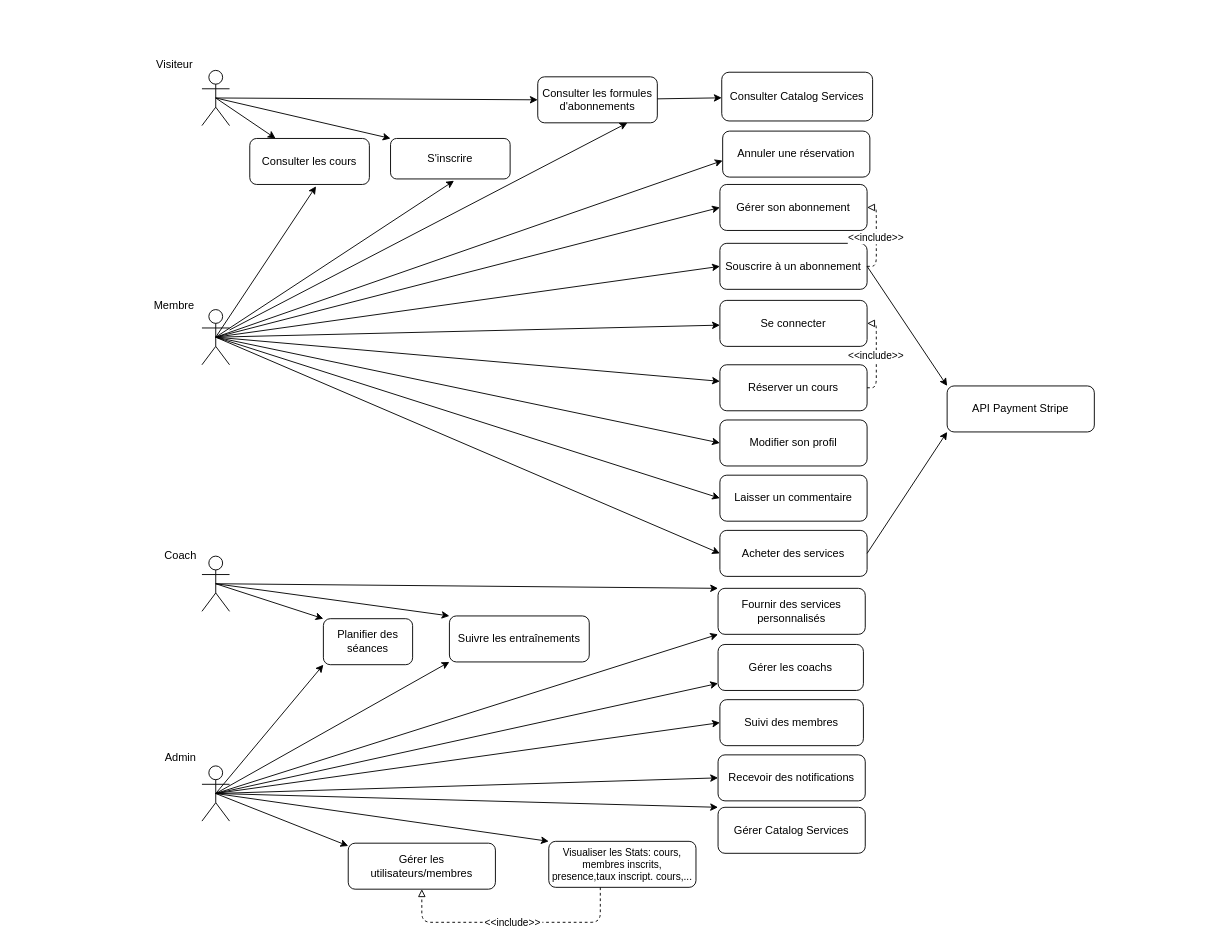
The draw.io diagram Copie de BEFIT_2024_Diagr_Cas_Utilisation_versionAvecInclude .drawio in DipsLoco/TFE_2024, before the edit. Source tidied: cells renumbered, new cells numbered last; positions are measured from the earlier drawing's top-left corner, leaving out a move shared by most shapes. Both pictures are drawn from the tidied source at 92%, with x=0, y=0 at pixel (146, 51).
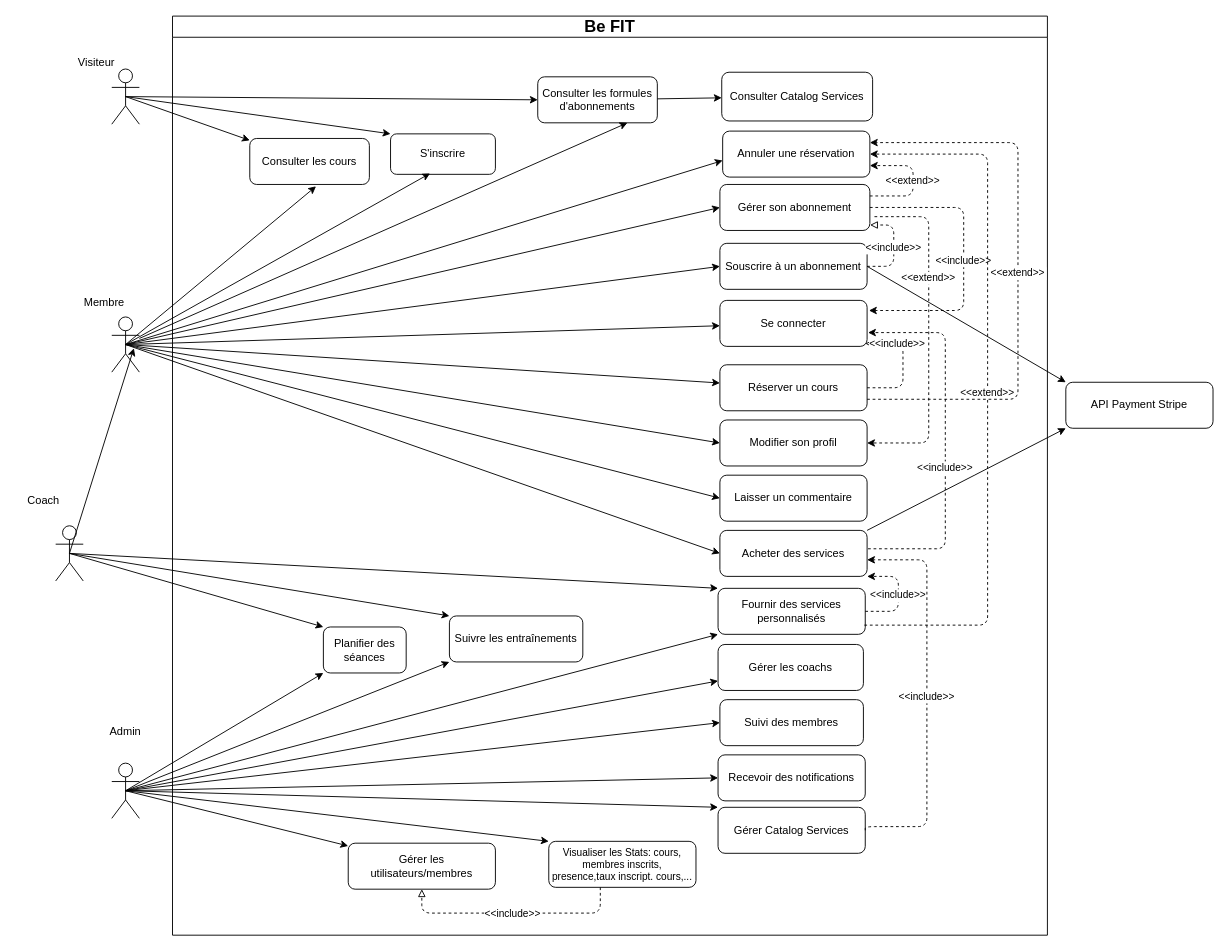
Above is the later version.

The change refers to these unchanged cells:
```xml
<mxCell id="6" value="Souscrire à un abonnement" style="rounded=1;whiteSpace=wrap;" parent="1" vertex="1">
  <mxGeometry x="623" y="209" width="160" height="50" as="geometry" />
</mxCell>
<mxCell id="7" value="Réserver un cours" style="rounded=1;whiteSpace=wrap;" parent="1" vertex="1">
  <mxGeometry x="623" y="341" width="160" height="50" as="geometry" />
</mxCell>
<mxCell id="8" value="Annuler une réservation" style="rounded=1;whiteSpace=wrap;" parent="1" vertex="1">
  <mxGeometry x="626" y="87" width="160" height="50" as="geometry" />
</mxCell>
<mxCell id="10" value="Se connecter" style="rounded=1;whiteSpace=wrap;" parent="1" vertex="1">
  <mxGeometry x="623" y="271" width="160" height="50" as="geometry" />
</mxCell>
<mxCell id="11" value="Modifier son profil" style="rounded=1;whiteSpace=wrap;" parent="1" vertex="1">
  <mxGeometry x="623" y="401" width="160" height="50" as="geometry" />
</mxCell>
<mxCell id="13" value="Acheter des services" style="rounded=1;whiteSpace=wrap;" parent="1" vertex="1">
  <mxGeometry x="623" y="521" width="160" height="50" as="geometry" />
</mxCell>
<mxCell id="14" value="Gérer Catalog Services" style="rounded=1;whiteSpace=wrap;" parent="1" vertex="1">
  <mxGeometry x="621" y="822" width="160" height="50" as="geometry" />
</mxCell>
<mxCell id="15" value="&#10;Visualiser les Stats: cours, membres inscrits, presence,taux inscript. cours,...&#10;" style="rounded=1;whiteSpace=wrap;fontSize=11;" parent="1" vertex="1">
  <mxGeometry x="437" y="859" width="160" height="50" as="geometry" />
</mxCell>
<mxCell id="17" value="Gérer les utilisateurs/membres" style="rounded=1;whiteSpace=wrap;" parent="1" vertex="1">
  <mxGeometry x="219" y="861" width="160" height="50" as="geometry" />
</mxCell>
<mxCell id="22" value="Fournir des services personnalisés" style="rounded=1;whiteSpace=wrap;" parent="1" vertex="1">
  <mxGeometry x="621" y="584" width="160" height="50" as="geometry" />
</mxCell>
```

What changed in the source:
```diff
@@
     <mxCell id="3" value="S'inscrire" style="rounded=1;whiteSpace=wrap;" parent="1" vertex="1">
-      <mxGeometry x="265" y="95" width="130" height="44" as="geometry" />
+      <mxGeometry x="265" y="90" width="114" height="44" as="geometry" />
     </mxCell>
@@
     <mxCell id="9" value="Gérer son abonnement" style="rounded=1;whiteSpace=wrap;" parent="1" vertex="1">
-      <mxGeometry x="623" y="145" width="160" height="50" as="geometry" />
+      <mxGeometry x="623" y="145" width="163" height="50" as="geometry" />
     </mxCell>
@@
     <mxCell id="20" value="Planifier des séances" style="rounded=1;whiteSpace=wrap;" parent="1" vertex="1">
-      <mxGeometry x="192" y="617" width="97" height="50" as="geometry" />
+      <mxGeometry x="192" y="626" width="90" height="50" as="geometry" />
     </mxCell>
     <mxCell id="21" value="Suivre les entraînements" style="rounded=1;whiteSpace=wrap;" parent="1" vertex="1">
-      <mxGeometry x="329" y="614" width="152" height="50" as="geometry" />
+      <mxGeometry x="329" y="614" width="145" height="50" as="geometry" />
     </mxCell>
@@
-    <mxCell id="44" value="&lt;&lt;include&gt;&gt;" style="edgeStyle=orthogonalEdgeStyle;endArrow=block;endFill=0;dashed=1;exitX=1;exitY=0.5;exitDx=0;exitDy=0;entryX=1;entryY=0.5;entryDx=0;entryDy=0;" parent="1" edge="1" source="6" target="9">
-      <mxGeometry relative="1" as="geometry" />
+    <mxCell id="44" value="&lt;&lt;include&gt;&gt;" style="edgeStyle=orthogonalEdgeStyle;endArrow=block;endFill=0;dashed=1;exitX=1;exitY=0.5;exitDx=0;exitDy=0;entryX=1.001;entryY=0.881;entryDx=0;entryDy=0;entryPerimeter=0;" parent="1" edge="1" source="6" target="9">
+      <mxGeometry relative="1" as="geometry">
+        <Array as="points">
+          <mxPoint x="812" y="234" />
+          <mxPoint x="812" y="189" />
+        </Array>
+      </mxGeometry>
     </mxCell>
-    <mxCell id="45" value="&lt;&lt;include&gt;&gt;" style="edgeStyle=orthogonalEdgeStyle;endArrow=block;endFill=0;dashed=1;entryX=1;entryY=0.5;entryDx=0;entryDy=0;exitX=1;exitY=0.5;exitDx=0;exitDy=0;" parent="1" edge="1" source="7" target="10">
-      <mxGeometry relative="1" as="geometry" />
+    <mxCell id="45" value="&lt;&lt;include&gt;&gt;" style="edgeStyle=orthogonalEdgeStyle;endArrow=block;endFill=0;dashed=1;exitX=1;exitY=0.5;exitDx=0;exitDy=0;" parent="1" edge="1" source="7">
+      <mxGeometry x="0.45" relative="1" as="geometry">
+        <mxPoint x="781" y="318" as="targetPoint" />
+        <Array as="points">
+          <mxPoint x="822" y="366" />
+          <mxPoint x="822" y="318" />
+        </Array>
+      </mxGeometry>
     </mxCell>
     <mxCell id="46" value="&lt;&lt;include&gt;&gt;" style="edgeStyle=orthogonalEdgeStyle;endArrow=block;endFill=0;dashed=1;entryX=0.5;entryY=1;entryDx=0;entryDy=0;" parent="1" edge="1" source="15" target="17">
       <mxGeometry x="-0.01" relative="1" as="geometry">
         <Array as="points">
-          <mxPoint x="493" y="947" />
-          <mxPoint x="299" y="947" />
+          <mxPoint x="493" y="937" />
+          <mxPoint x="299" y="937" />
         </Array>
       </mxGeometry>
     </mxCell>
     <mxCell id="47" style="shape=umlActor;verticalLabelPosition=bottom;verticalAlign=top;html=1;outlineConnect=0;" parent="1" vertex="1">
-      <mxGeometry x="60" y="21" width="30" height="60" as="geometry" />
+      <mxGeometry x="-38" y="19.5" width="30" height="60" as="geometry" />
     </mxCell>
     <mxCell id="48" value="Visiteur" style="text;html=1;align=center;verticalAlign=middle;strokeColor=none;fillColor=none;" parent="1" vertex="1">
-      <mxGeometry width="60" height="30" as="geometry" />
+      <mxGeometry x="-85" y="-2" width="60" height="30" as="geometry" />
     </mxCell>
     <mxCell id="49" style="shape=umlActor;verticalLabelPosition=bottom;verticalAlign=top;html=1;outlineConnect=0;" parent="1" vertex="1">
-      <mxGeometry x="60" y="281" width="30" height="60" as="geometry" />
+      <mxGeometry x="-38" y="289" width="30" height="60" as="geometry" />
     </mxCell>
     <mxCell id="50" style="shape=umlActor;verticalLabelPosition=bottom;verticalAlign=top;html=1;outlineConnect=0;" parent="1" vertex="1">
-      <mxGeometry x="60" y="777" width="30" height="60" as="geometry" />
+      <mxGeometry x="-38" y="774" width="30" height="60" as="geometry" />
     </mxCell>
     <mxCell id="51" value="Admin" style="text;html=1;align=center;verticalAlign=middle;whiteSpace=wrap;rounded=0;" parent="1" vertex="1">
-      <mxGeometry x="7" y="753" width="60" height="30" as="geometry" />
+      <mxGeometry x="-53" y="725" width="60" height="30" as="geometry" />
     </mxCell>
     <mxCell id="52" value="Membre" style="text;html=1;align=center;verticalAlign=middle;whiteSpace=wrap;rounded=0;" parent="1" vertex="1">
-      <mxGeometry y="262" width="60" height="30" as="geometry" />
+      <mxGeometry x="-76" y="259" width="60" height="30" as="geometry" />
     </mxCell>
     <mxCell id="53" style="shape=umlActor;verticalLabelPosition=bottom;verticalAlign=top;html=1;outlineConnect=0;" parent="1" vertex="1">
-      <mxGeometry x="60" y="549" width="30" height="60" as="geometry" />
+      <mxGeometry x="-99" y="516" width="30" height="60" as="geometry" />
     </mxCell>
     <mxCell id="54" value="Coach" style="text;html=1;align=center;verticalAlign=middle;whiteSpace=wrap;rounded=0;" parent="1" vertex="1">
-      <mxGeometry x="7" y="534" width="60" height="30" as="geometry" />
+      <mxGeometry x="-142" y="474" width="60" height="30" as="geometry" />
     </mxCell>
     <mxCell id="55" value="API Payment Stripe" style="rounded=1;whiteSpace=wrap;" parent="1" vertex="1">
-      <mxGeometry x="870" y="364" width="160" height="50" as="geometry" />
+      <mxGeometry x="999" y="360" width="160" height="50" as="geometry" />
     </mxCell>
@@
-    <mxCell id="57" style="endArrow=classic;html=1;rounded=0;entryX=0;entryY=1;entryDx=0;entryDy=0;exitX=1;exitY=0.5;exitDx=0;exitDy=0;" parent="1" edge="1" source="13" target="55">
+    <mxCell id="57" style="endArrow=classic;html=1;rounded=0;entryX=0;entryY=1;entryDx=0;entryDy=0;exitX=1;exitY=0;exitDx=0;exitDy=0;" parent="1" edge="1" source="13" target="55">
       <mxGeometry relative="1" as="geometry" />
     </mxCell>
@@
-    <mxCell id="62" style="endArrow=classic;html=1;rounded=0;exitX=0.5;exitY=0.5;exitDx=0;exitDy=0;exitPerimeter=0;" parent="1" edge="1" source="49">
-      <mxGeometry relative="1" as="geometry">
-        <mxPoint x="334" y="141" as="targetPoint" />
-      </mxGeometry>
+    <mxCell id="62" style="endArrow=classic;html=1;rounded=0;exitX=0.5;exitY=0.5;exitDx=0;exitDy=0;exitPerimeter=0;entryX=0.377;entryY=0.977;entryDx=0;entryDy=0;entryPerimeter=0;" parent="1" edge="1" source="49" target="3">
+      <mxGeometry relative="1" as="geometry" />
     </mxCell>
@@
+    <mxCell id="64" style="endArrow=classic;html=1;rounded=0;exitX=0.5;exitY=0.5;exitDx=0;exitDy=0;exitPerimeter=0;" parent="1" edge="1" source="53">
+      <mxGeometry relative="1" as="geometry">
+        <mxPoint x="-14" y="323" as="targetPoint" />
+      </mxGeometry>
+    </mxCell>
+    <mxCell id="65" value="&lt;font style=&quot;font-size: 18px;&quot;&gt;Be FIT&lt;/font&gt;" style="swimlane;whiteSpace=wrap;html=1;startSize=23;" parent="1" vertex="1">
+      <mxGeometry x="28" y="-38" width="951" height="999" as="geometry" />
+    </mxCell>
+    <mxCell id="66" style="edgeStyle=orthogonalEdgeStyle;rounded=0;orthogonalLoop=1;jettySize=auto;html=1;exitX=0.5;exitY=1;exitDx=0;exitDy=0;" parent="65" edge="1">
+      <mxGeometry relative="1" as="geometry">
+        <mxPoint x="315" y="585" as="sourcePoint" />
+        <mxPoint x="315" y="585" as="targetPoint" />
+      </mxGeometry>
+    </mxCell>
+    <mxCell id="67" value="&lt;&lt;include&gt;&gt;" style="edgeStyle=orthogonalEdgeStyle;rounded=1;dashed=1;entryX=1;entryY=1;entryDx=0;entryDy=0;" parent="1" edge="1" source="22" target="13">
+      <mxGeometry relative="1" as="geometry">
+        <Array as="points">
+          <mxPoint x="817" y="609" />
+          <mxPoint x="817" y="571" />
+        </Array>
+      </mxGeometry>
+    </mxCell>
+    <mxCell id="68" value="&lt;&lt;include&gt;&gt;" style="edgeStyle=orthogonalEdgeStyle;rounded=1;dashed=1;exitX=1;exitY=0.5;exitDx=0;exitDy=0;" parent="1" edge="1" source="14">
+      <mxGeometry relative="1" as="geometry">
+        <mxPoint x="783" y="553" as="targetPoint" />
+        <Array as="points">
+          <mxPoint x="781" y="843" />
+          <mxPoint x="848" y="843" />
+          <mxPoint x="848" y="553" />
+        </Array>
+      </mxGeometry>
+    </mxCell>
+    <mxCell id="69" value="&lt;&lt;include&gt;&gt;" style="edgeStyle=orthogonalEdgeStyle;rounded=1;dashed=1;exitX=1;exitY=0.5;exitDx=0;exitDy=0;" parent="1" edge="1" source="9">
+      <mxGeometry relative="1" as="geometry">
+        <mxPoint x="785" y="282" as="targetPoint" />
+        <Array as="points">
+          <mxPoint x="888" y="170" />
+          <mxPoint x="888" y="282" />
+        </Array>
+      </mxGeometry>
+    </mxCell>
+    <mxCell id="70" value="&lt;&lt;extend&gt;&gt;" style="edgeStyle=orthogonalEdgeStyle;rounded=1;dashed=1;entryX=1;entryY=0.5;entryDx=0;entryDy=0;" parent="1" edge="1" target="8">
+      <mxGeometry relative="1" as="geometry">
+        <mxPoint x="780" y="624" as="sourcePoint" />
+        <Array as="points">
+          <mxPoint x="914" y="624" />
+          <mxPoint x="914" y="112" />
+        </Array>
+      </mxGeometry>
+    </mxCell>
+    <mxCell id="71" value="&lt;&lt;extend&gt;&gt;" style="edgeStyle=orthogonalEdgeStyle;rounded=1;dashed=1;entryX=1;entryY=0.25;entryDx=0;entryDy=0;exitX=1;exitY=0.75;exitDx=0;exitDy=0;" parent="1" edge="1" source="7" target="8">
+      <mxGeometry relative="1" as="geometry">
+        <Array as="points">
+          <mxPoint x="947" y="379" />
+          <mxPoint x="947" y="100" />
+        </Array>
+      </mxGeometry>
+    </mxCell>
+    <mxCell id="72" value="&lt;&lt;extend&gt;&gt;" style="edgeStyle=orthogonalEdgeStyle;rounded=1;dashed=1;entryX=1;entryY=0.75;entryDx=0;entryDy=0;exitX=1;exitY=0.25;exitDx=0;exitDy=0;" parent="1" edge="1" source="9" target="8">
+      <mxGeometry relative="1" as="geometry">
+        <Array as="points">
+          <mxPoint x="833" y="158" />
+          <mxPoint x="833" y="125" />
+          <mxPoint x="786" y="125" />
+        </Array>
+      </mxGeometry>
+    </mxCell>
+    <mxCell id="73" value="&lt;&lt;extend&gt;&gt;" style="edgeStyle=orthogonalEdgeStyle;rounded=1;dashed=1;entryX=1;entryY=0.5;entryDx=0;entryDy=0;" parent="1" edge="1" target="11">
+      <mxGeometry x="-0.33" relative="1" as="geometry">
+        <mxPoint x="791" y="180" as="sourcePoint" />
+        <Array as="points">
+          <mxPoint x="850" y="180" />
+          <mxPoint x="850" y="426" />
+        </Array>
+      </mxGeometry>
+    </mxCell>
+    <mxCell id="74" value="&lt;&lt;include&gt;&gt;" style="edgeStyle=orthogonalEdgeStyle;rounded=1;dashed=1;" parent="1" edge="1">
+      <mxGeometry x="-0.14" relative="1" as="geometry">
+        <mxPoint x="784" y="541" as="sourcePoint" />
+        <mxPoint x="784" y="306" as="targetPoint" />
+        <Array as="points">
+          <mxPoint x="868" y="541" />
+          <mxPoint x="868" y="306" />
+        </Array>
+      </mxGeometry>
+    </mxCell>
```
